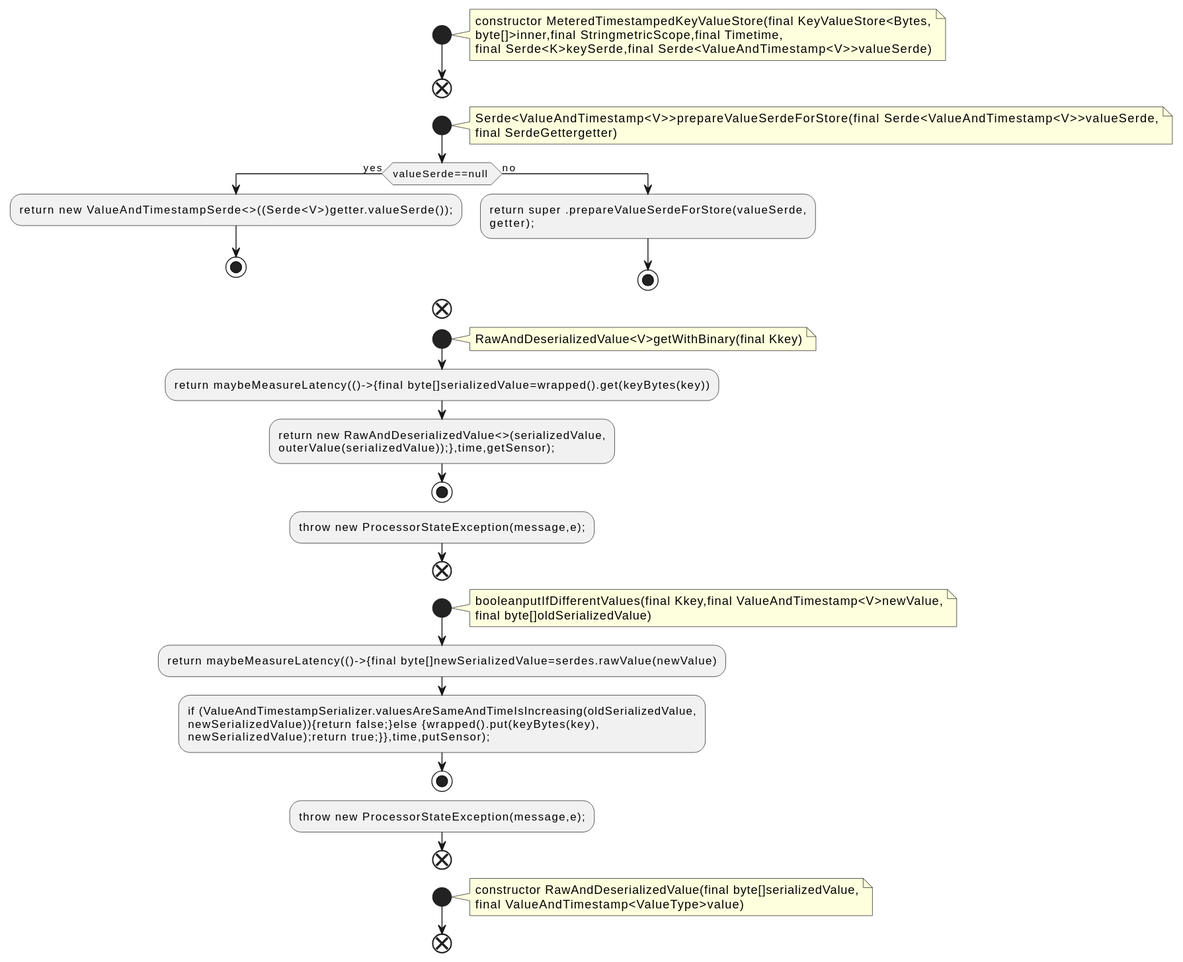
Before: docs/qc/streams/src/main/java/org/apache/kafka/streams/state/internals/MeteredTimestampedKeyValueStore.java.fct.svg, a diagram exported from PlantUML (qualitesys/kafka).
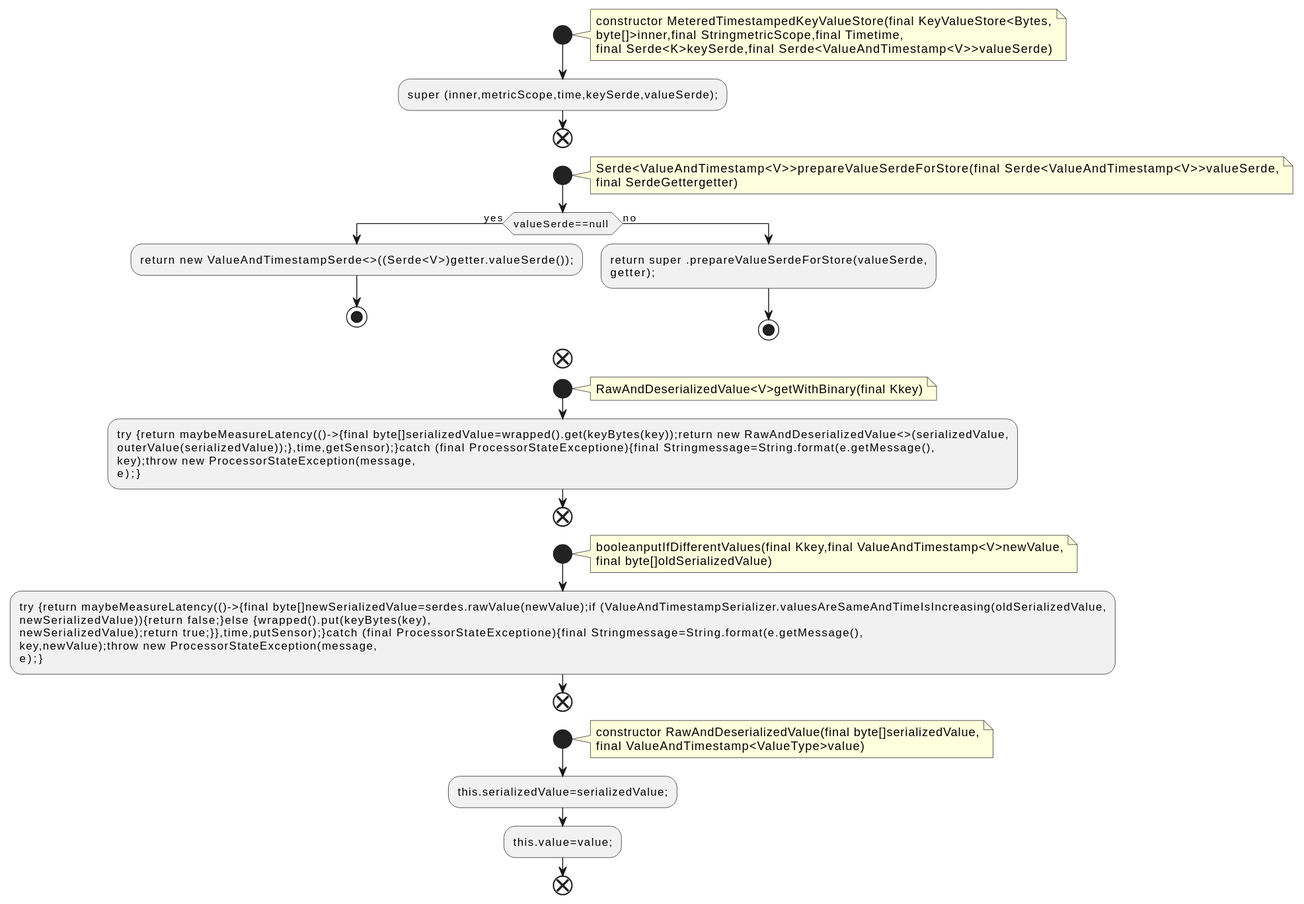
Later version of the same file.

What changed in the source:
```diff
@@ -6,6 +6,7 @@
 byte[]>inner,final StringmetricScope,final Timetime,
 final Serde<K>keySerde,final Serde<ValueAndTimestamp<V>>valueSerde)
 end note
+:super (inner,metricScope,time,keySerde,valueSerde);;
 end
 start
 note right
@@ -25,28 +26,28 @@
 note right
 RawAndDeserializedValue<V>getWithBinary(final Kkey)
 end note
-:return maybeMeasureLatency(()->{final byte[]serializedValue=wrapped().get(keyBytes(key));
-:return new RawAndDeserializedValue<>(serializedValue,
-outerValue(serializedValue));},time,getSensor);;
-stop
-:throw new ProcessorStateException(message,e);;
+:try {return maybeMeasureLatency(()->{final byte[]serializedValue=wrapped().get(keyBytes(key));return new RawAndDeserializedValue<>(serializedValue,
+outerValue(serializedValue));},time,getSensor);}catch (final ProcessorStateExceptione){final Stringmessage=String.format(e.getMessage(),
+key);throw new ProcessorStateException(message,
+e);};
 end
 start
 note right
 booleanputIfDifferentValues(final Kkey,final ValueAndTimestamp<V>newValue,
 final byte[]oldSerializedValue)
 end note
-:return maybeMeasureLatency(()->{final byte[]newSerializedValue=serdes.rawValue(newValue);
-:if (ValueAndTimestampSerializer.valuesAreSameAndTimeIsIncreasing(oldSerializedValue,
+:try {return maybeMeasureLatency(()->{final byte[]newSerializedValue=serdes.rawValue(newValue);if (ValueAndTimestampSerializer.valuesAreSameAndTimeIsIncreasing(oldSerializedValue,
 newSerializedValue)){return false;}else {wrapped().put(keyBytes(key),
-newSerializedValue);return true;}},time,putSensor);;
-stop
-:throw new ProcessorStateException(message,e);;
+newSerializedValue);return true;}},time,putSensor);}catch (final ProcessorStateExceptione){final Stringmessage=String.format(e.getMessage(),
+key,newValue);throw new ProcessorStateException(message,
+e);};
 end
 start
 note right
 constructor RawAndDeserializedValue(final byte[]serializedValue,
 final ValueAndTimestamp<ValueType>value)
 end note
+:this.serializedValue=serializedValue;;
+:this.value=value;;
 end
 @enduml
```
